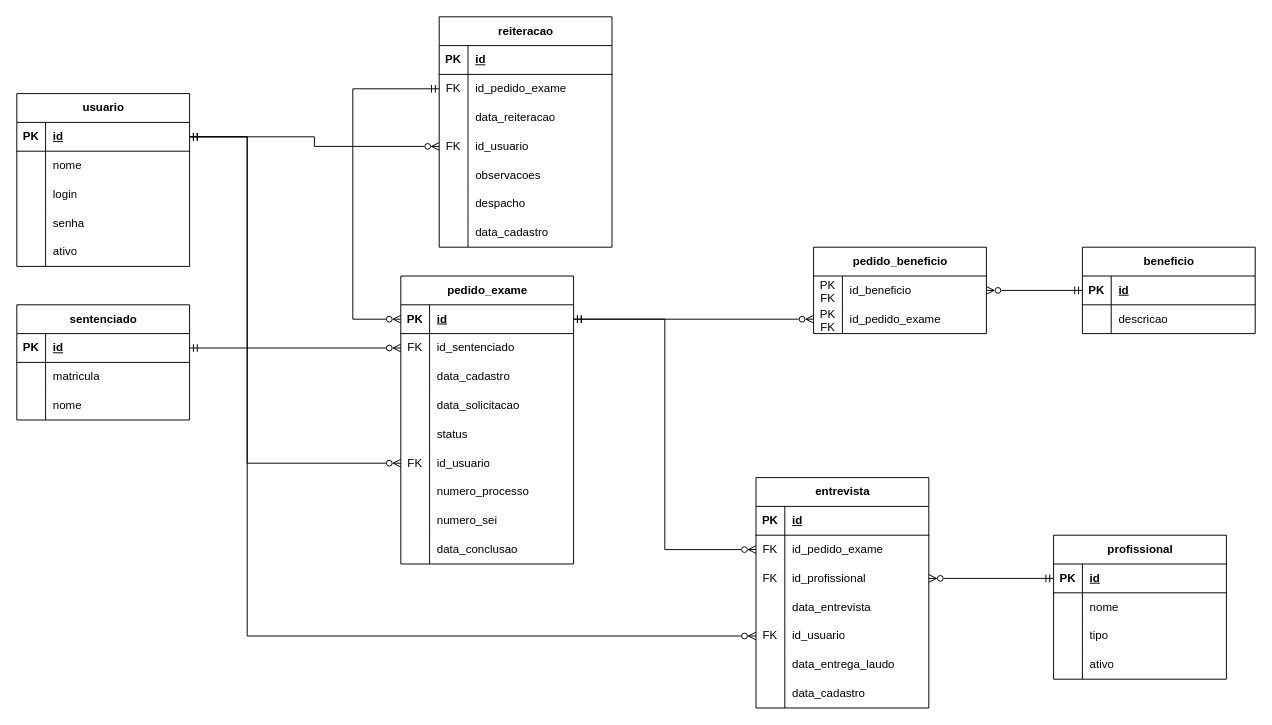
This is banco/modelos/modelo_logico.drawio from lindomaranndrade/sigec, a draw.io file, before an edit. Source tidied: cells renumbered, new cells numbered last; positions are measured from the earlier drawing's top-left corner, leaving out a move shared by most shapes. Both pictures are drawn from the tidied source at 96%, with x=0, y=0 at pixel (16, 16).
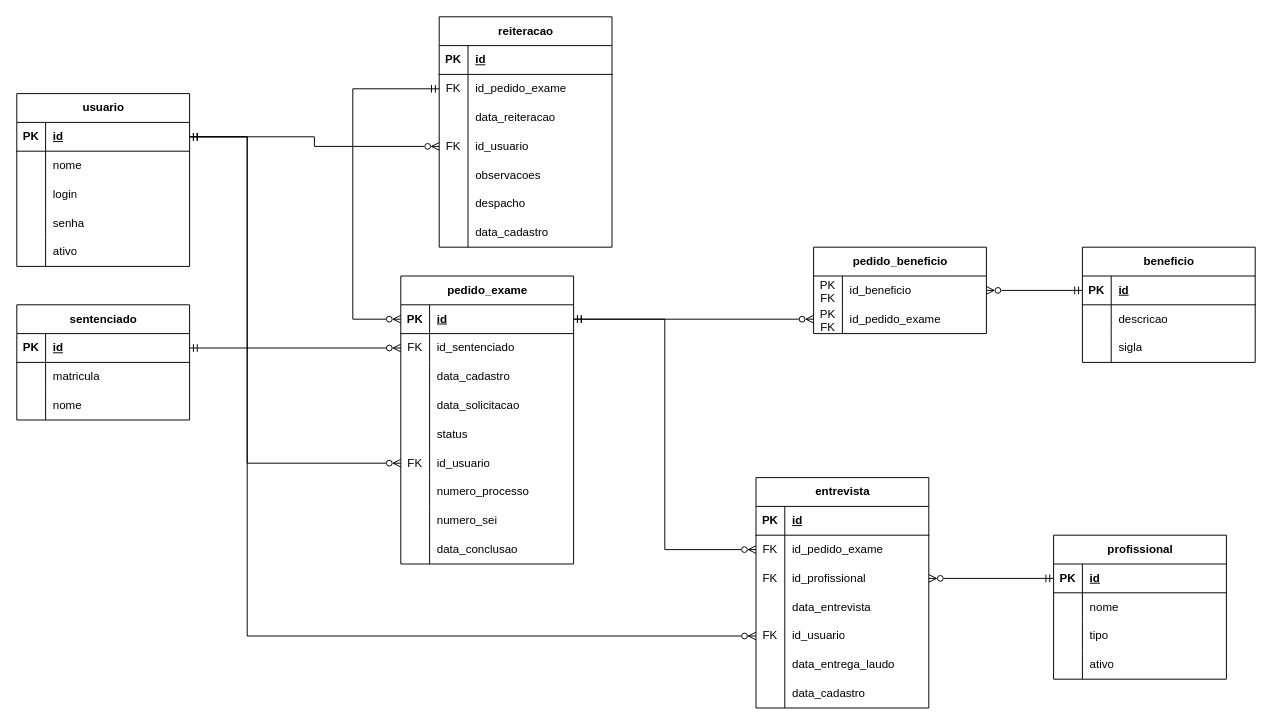
Above is the later version.

The edit, as a diff of the source:
```diff
@@
     <mxCell id="81" value="beneficio" style="shape=table;startSize=30;childLayout=tableLayout;rowLines=0;fontStyle=1;align=center;html=1;" parent="1" vertex="1">
-      <mxGeometry x="1110" y="240" width="180" height="90" as="geometry" />
+      <mxGeometry x="1110" y="240" width="180" height="120" as="geometry" />
     </mxCell>
@@
+    <mxCell id="136" style="shape=tableRow;horizontal=0;startSize=0;swimlaneHead=0;swimlaneBody=0;fillColor=none;top=0;left=0;right=0;bottom=0;" parent="81" vertex="1">
+      <mxGeometry y="90" width="180" height="30" as="geometry" />
+    </mxCell>
+    <mxCell id="137" style="shape=partialRectangle;fillColor=none;top=0;left=0;bottom=0;right=0;overflow=hidden;whiteSpace=wrap;html=1;" parent="136" vertex="1">
+      <mxGeometry width="30" height="30" as="geometry" />
+    </mxCell>
+    <mxCell id="138" value="sigla" style="shape=partialRectangle;fillColor=none;top=0;left=0;bottom=0;right=0;align=left;spacingLeft=6;overflow=hidden;whiteSpace=wrap;html=1;" parent="136" vertex="1">
+      <mxGeometry x="30" width="150" height="30" as="geometry" />
+    </mxCell>
```
